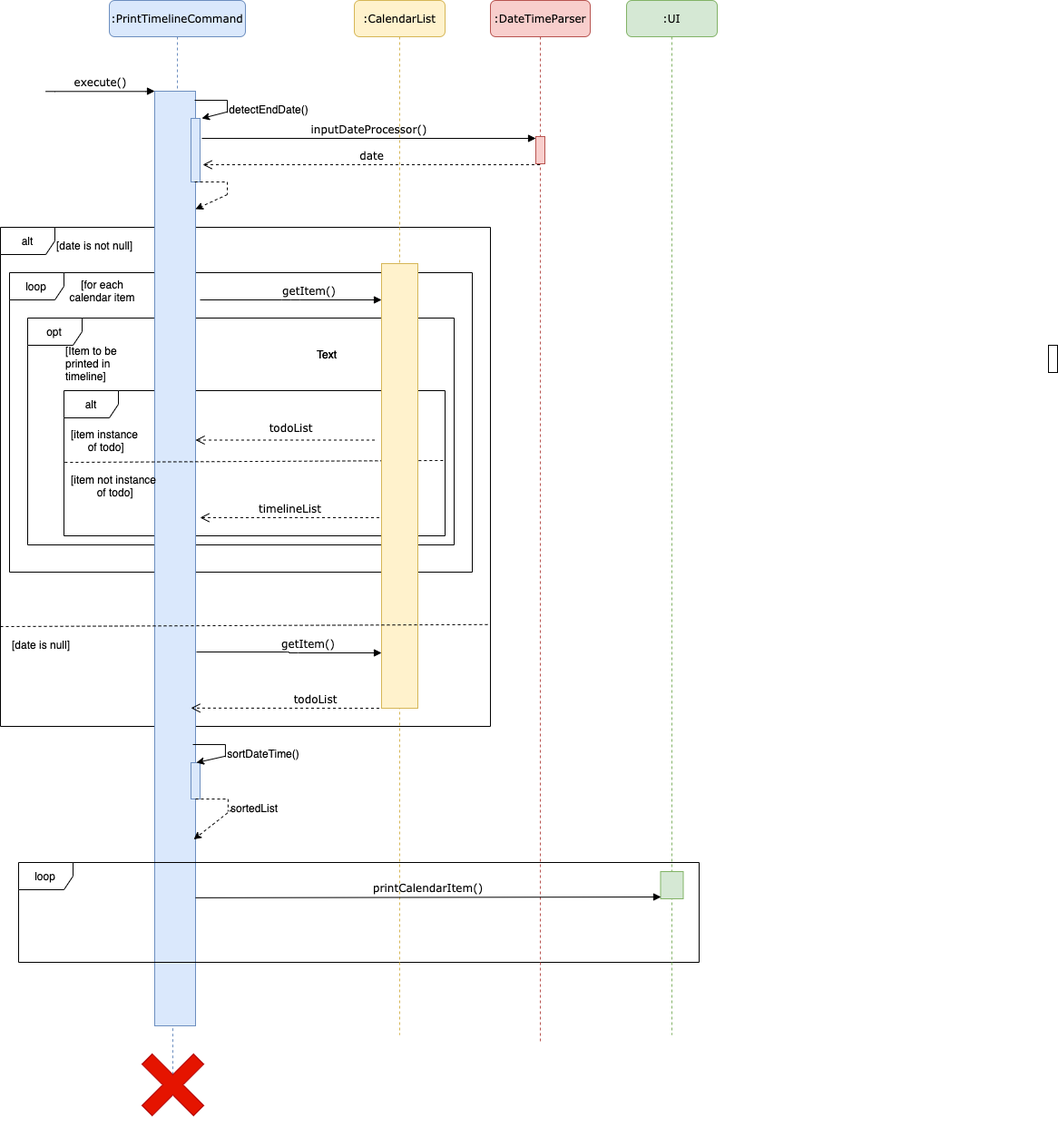
Above: docs/images/PrintTimelineCommand_SD.png in nus-cs2113-AY2021S1/tp (draw.io), before the change. Source tidied: cells renumbered, new cells last; positions are measured from the earlier drawing's top-left corner, leaving out a move shared by most shapes.
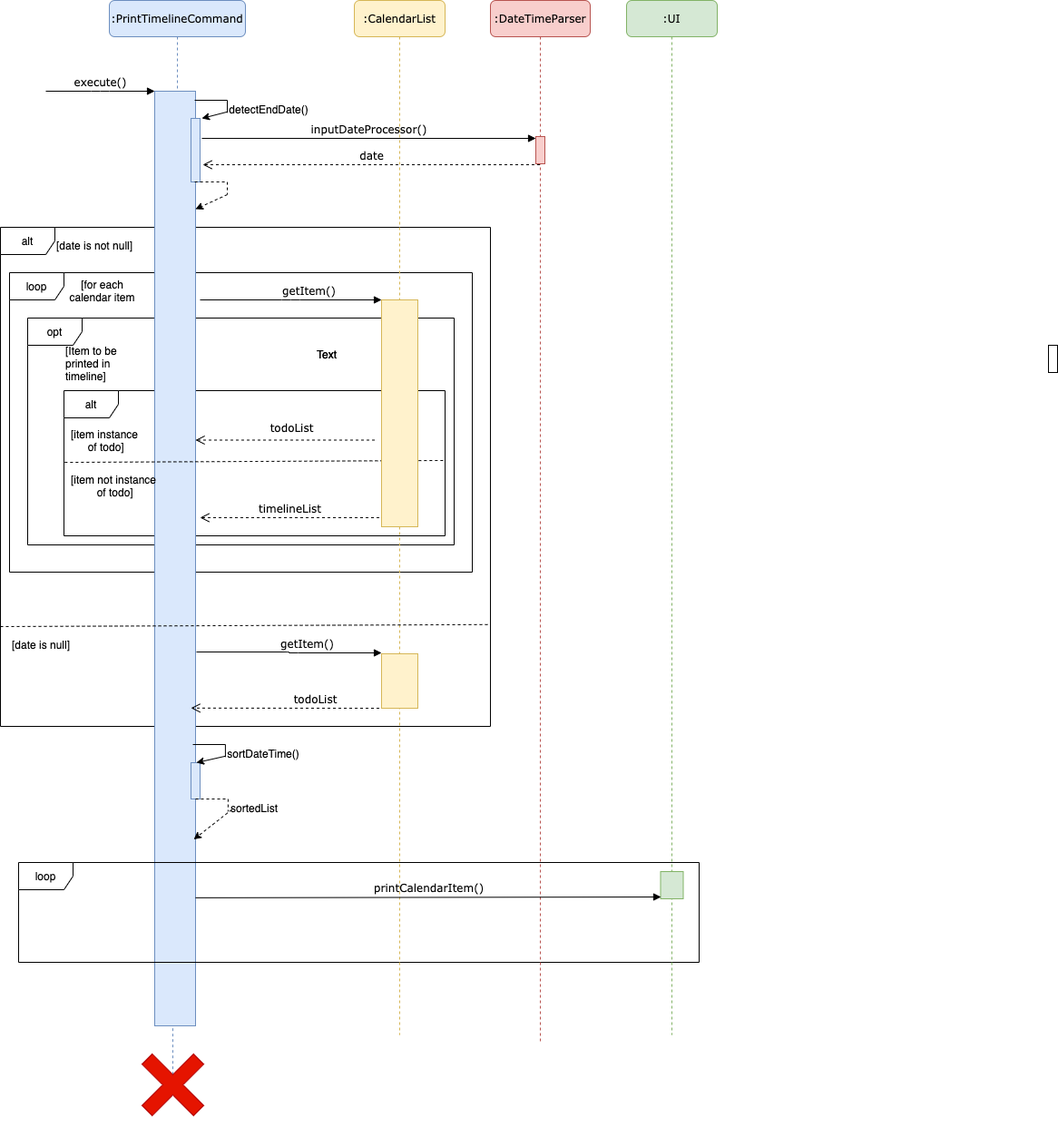
Above is the later version.

What changed in the source:
```diff
@@ -51,8 +51,11 @@
       <mxGeometry x="390" width="100" height="1140" as="geometry" />
     </mxCell>
     <mxCell id="16" style="html=1;perimeter=orthogonalPerimeter;rounded=0;shadow=0;comic=0;labelBackgroundColor=none;strokeWidth=1;fontFamily=Verdana;fontSize=12;align=center;fillColor=#fff2cc;strokeColor=#d6b656;" parent="15" vertex="1">
-      <mxGeometry x="30" y="290" width="40" height="490" as="geometry" />
+      <mxGeometry x="30" y="330" width="40" height="250" as="geometry" />
     </mxCell>
+    <mxCell id="50" style="html=1;perimeter=orthogonalPerimeter;rounded=0;shadow=0;comic=0;labelBackgroundColor=none;strokeWidth=1;fontFamily=Verdana;fontSize=12;align=center;fillColor=#fff2cc;strokeColor=#d6b656;" parent="15" vertex="1">
+      <mxGeometry x="30" y="720" width="40" height="60" as="geometry" />
+    </mxCell>
     <mxCell id="17" value=":DateTimeParser" style="shape=umlLifeline;perimeter=lifelinePerimeter;whiteSpace=wrap;html=1;outlineConnect=0;rounded=1;shadow=0;comic=0;labelBackgroundColor=none;strokeWidth=1;fontFamily=Verdana;fontSize=12;align=center;fillColor=#f8cecc;strokeColor=#b85450;" parent="1" vertex="1">
       <mxGeometry x="540" width="110" height="1150" as="geometry" />
     </mxCell>
```
